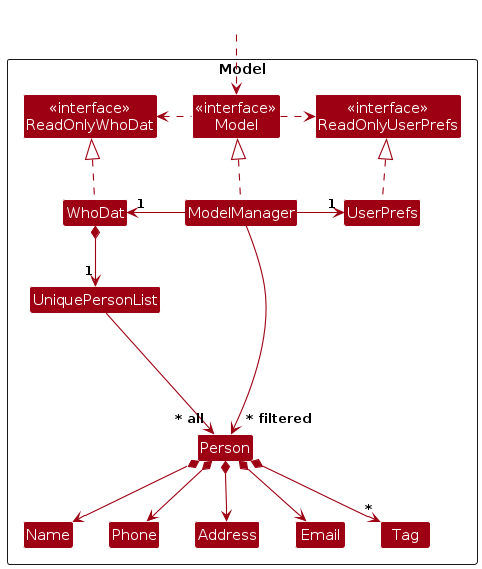
Earlier version of the PlantUML export diagrams/ModelClassDiagram.png (AY2425S2-CS2103T-T14-3/tp). Its source is kept beside it as diagrams/ModelClassDiagram.puml.
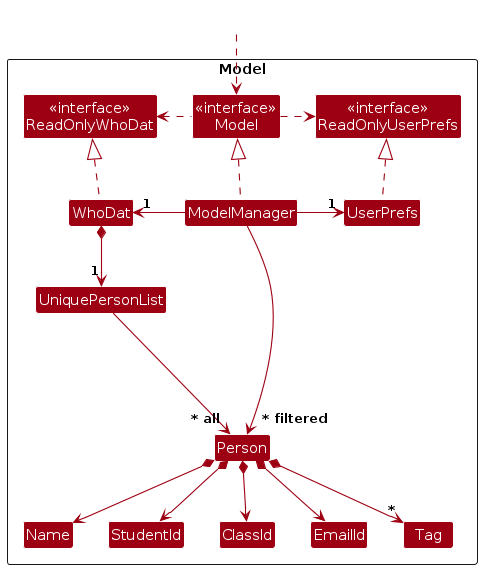
After the commit.

Diff of the diagram source:
```diff
@@ -14,10 +14,10 @@
 
 Class UniquePersonList
 Class Person
-Class Address
-Class Email
+Class ClassId
+Class EmailId
 Class Name
-Class Phone
+Class StudentId
 Class Tag
 
 Class I #FFFFFF
@@ -38,17 +38,17 @@
 WhoDat *--> "1" UniquePersonList
 UniquePersonList --> "~* all" Person
 Person *--> Name
-Person *--> Phone
-Person *--> Email
-Person *--> Address
+Person *--> StudentId
+Person *--> EmailId
+Person *--> ClassId
 Person *--> "*" Tag
 
 Person -[hidden]up--> I
 UniquePersonList -[hidden]right-> I
 
-Name -[hidden]right-> Phone
-Phone -[hidden]right-> Address
-Address -[hidden]right-> Email
+Name -[hidden]right-> StudentId
+StudentId -[hidden]right-> ClassId
+ClassId -[hidden]right-> EmailId
 
 ModelManager --> "~* filtered" Person
 @enduml
```
